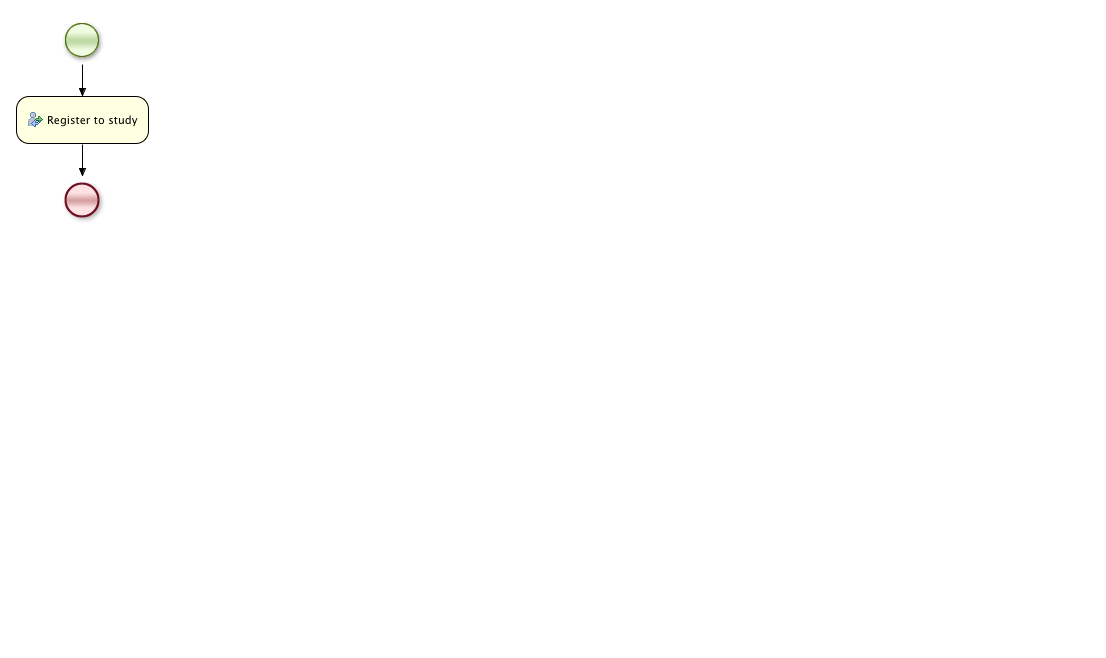
Before: src/main/resources/bpm/register_to_study.png, a diagram exported from BPMN (janondrusek/MI-MPR-DIP-Admission). Its source is kept beside it as src/main/resources/process/register_to_study.bpmn. Ids are renumbered. Its diagram source:
```xml
<definitions id="Definition"
             targetNamespace="http://www.jboss.org/drools"
             typeLanguage="http://www.java.com/javaTypes"
             expressionLanguage="http://www.mvel.org/2.0"
             xmlns="http://www.omg.org/spec/BPMN/20100524/MODEL"
             xmlns:xsi="http://www.w3.org/2001/XMLSchema-instance"
             xsi:schemaLocation="http://www.omg.org/spec/BPMN/20100524/MODEL BPMN20.xsd"
             xmlns:g="http://www.jboss.org/drools/flow/gpd"
             xmlns:bpmndi="http://www.omg.org/spec/BPMN/20100524/DI"
             xmlns:dc="http://www.omg.org/spec/DD/20100524/DC"
             xmlns:di="http://www.omg.org/spec/DD/20100524/DI"
             xmlns:tns="http://www.jboss.org/drools">

  <process processType="Private" isExecutable="true" id="cz.cvut.fit.mi_mpr_dip.admission.register_to_study" name="Sample Process" tns:packageName="defaultPackage" >

    <!-- nodes -->
    <startEvent id="_1" name="StartProcess" />
    <endEvent id="_3" name="End" />
    <userTask id="_4" name="Register to study" >
      <extensionElements>
        <tns:onEntry-script scriptFormat="http://www.java.com/java">
          <script>System.out.println("Attendant was succesfully registered to study.");</script>
        </tns:onEntry-script>
      </extensionElements>
      <ioSpecification>
        <inputSet>
        </inputSet>
        <outputSet>
        </outputSet>
      </ioSpecification>
    </userTask>

    <!-- connections -->
    <sequenceFlow id="_4-_3" sourceRef="_4" targetRef="_3" />
    <sequenceFlow id="_1-_4" sourceRef="_1" targetRef="_4" />

  </process>

  <bpmndi:BPMNDiagram>
    <bpmndi:BPMNPlane bpmnElement="cz.cvut.fit.mi_mpr_dip.admission.register_to_study" >
      <bpmndi:BPMNShape bpmnElement="_1" >
        <dc:Bounds x="58" y="16" width="48" height="48" />
      </bpmndi:BPMNShape>
      <bpmndi:BPMNShape bpmnElement="_3" >
        <dc:Bounds x="58" y="176" width="48" height="48" />
      </bpmndi:BPMNShape>
      <bpmndi:BPMNShape bpmnElement="_4" >
        <dc:Bounds x="16" y="96" width="133" height="48" />
      </bpmndi:BPMNShape>
      <bpmndi:BPMNEdge bpmnElement="_4-_3" >
        <di:waypoint x="82" y="120" />
        <di:waypoint x="82" y="200" />
      </bpmndi:BPMNEdge>
      <bpmndi:BPMNEdge bpmnElement="_1-_4" >
        <di:waypoint x="82" y="40" />
        <di:waypoint x="82" y="120" />
      </bpmndi:BPMNEdge>
    </bpmndi:BPMNPlane>
  </bpmndi:BPMNDiagram>

</definitions>
```
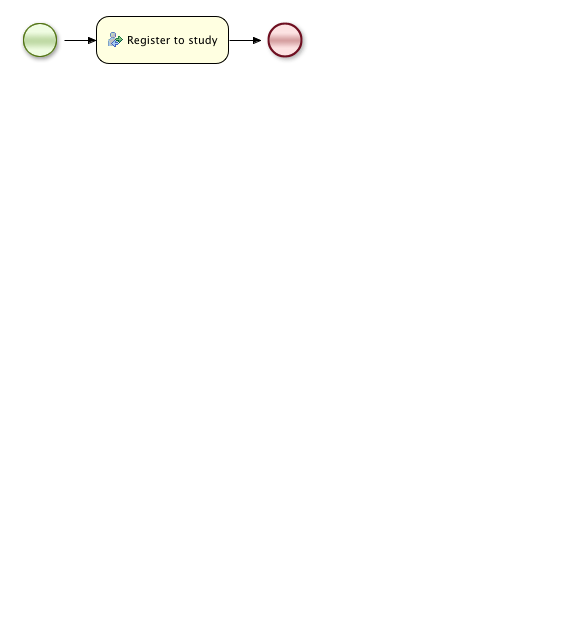
After the commit.

Diff of the diagram source:
```diff
@@ -39,21 +39,21 @@
   <bpmndi:BPMNDiagram>
     <bpmndi:BPMNPlane bpmnElement="cz.cvut.fit.mi_mpr_dip.admission.register_to_study" >
       <bpmndi:BPMNShape bpmnElement="_1" >
-        <dc:Bounds x="58" y="16" width="48" height="48" />
+        <dc:Bounds x="16" y="16" width="48" height="48" />
       </bpmndi:BPMNShape>
       <bpmndi:BPMNShape bpmnElement="_3" >
-        <dc:Bounds x="58" y="176" width="48" height="48" />
+        <dc:Bounds x="261" y="16" width="48" height="48" />
       </bpmndi:BPMNShape>
       <bpmndi:BPMNShape bpmnElement="_4" >
-        <dc:Bounds x="16" y="96" width="133" height="48" />
+        <dc:Bounds x="96" y="16" width="133" height="48" />
       </bpmndi:BPMNShape>
       <bpmndi:BPMNEdge bpmnElement="_4-_3" >
-        <di:waypoint x="82" y="120" />
-        <di:waypoint x="82" y="200" />
+        <di:waypoint x="162" y="40" />
+        <di:waypoint x="285" y="40" />
       </bpmndi:BPMNEdge>
       <bpmndi:BPMNEdge bpmnElement="_1-_4" >
-        <di:waypoint x="82" y="40" />
-        <di:waypoint x="82" y="120" />
+        <di:waypoint x="40" y="40" />
+        <di:waypoint x="162" y="40" />
       </bpmndi:BPMNEdge>
     </bpmndi:BPMNPlane>
   </bpmndi:BPMNDiagram>
```
